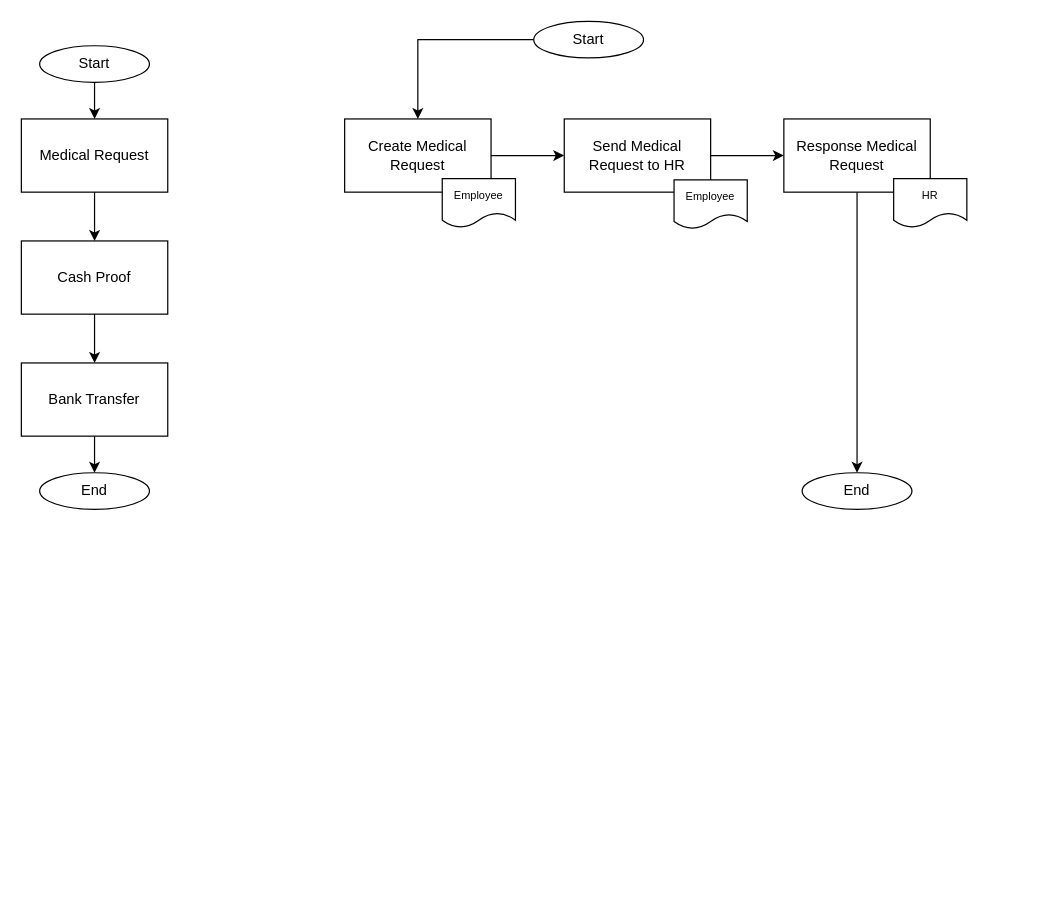
Earlier version of the draw.io diagram med-bank-tr.drawio (jezreelkosasih/diagram). Source tidied: cells renumbered, new cells numbered last; positions are measured from the earlier drawing's top-left corner, leaving out a move shared by most shapes. Both pictures are drawn from the tidied source at 122%, with x=0, y=0 at pixel (21, 21).
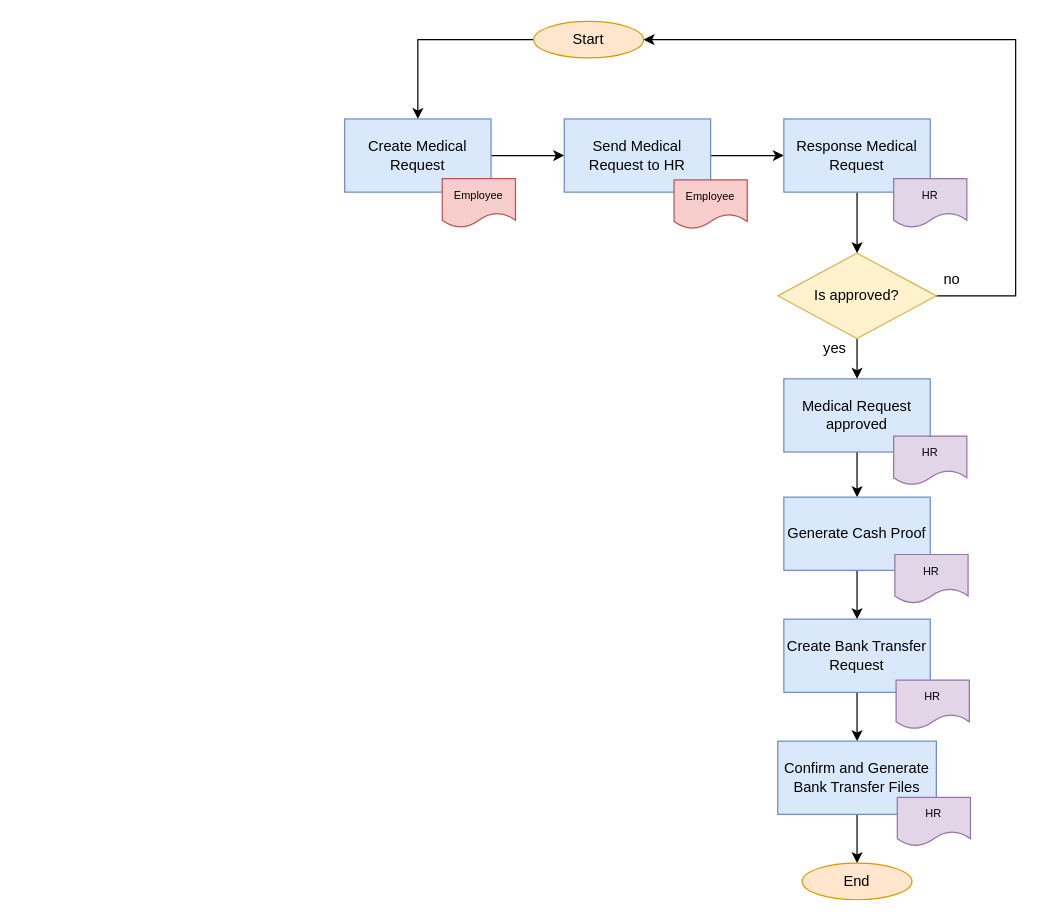
Above is the later version.

What changed in the source:
```diff
@@
-    <mxCell id="2" style="edgeStyle=orthogonalEdgeStyle;rounded=0;jettySize=auto;html=1;" parent="1" edge="1" source="3" target="5">
-      <mxGeometry relative="1" as="geometry" />
-    </mxCell>
-    <mxCell id="3" value="Start" style="ellipse;whiteSpace=wrap;html=1;" parent="1" vertex="1">
-      <mxGeometry x="15" y="20" width="90" height="30" as="geometry" />
-    </mxCell>
-    <mxCell id="4" style="edgeStyle=orthogonalEdgeStyle;rounded=0;jettySize=auto;html=1;" parent="1" edge="1" source="5" target="7">
-      <mxGeometry relative="1" as="geometry" />
-    </mxCell>
-    <mxCell id="5" value="Medical Request" style="rounded=0;whiteSpace=wrap;html=1;" parent="1" vertex="1">
-      <mxGeometry y="80" width="120" height="60" as="geometry" />
-    </mxCell>
-    <mxCell id="6" style="edgeStyle=orthogonalEdgeStyle;rounded=0;jettySize=auto;html=1;" parent="1" edge="1" source="7" target="9">
-      <mxGeometry relative="1" as="geometry" />
-    </mxCell>
-    <mxCell id="7" value="Cash Proof" style="rounded=0;whiteSpace=wrap;html=1;" parent="1" vertex="1">
-      <mxGeometry y="180" width="120" height="60" as="geometry" />
-    </mxCell>
-    <mxCell id="8" style="edgeStyle=orthogonalEdgeStyle;rounded=0;jettySize=auto;html=1;entryX=0.5;entryY=0;entryDx=0;entryDy=0;" parent="1" edge="1" source="9" target="10">
-      <mxGeometry relative="1" as="geometry" />
-    </mxCell>
-    <mxCell id="9" value="Bank Transfer" style="rounded=0;whiteSpace=wrap;html=1;" parent="1" vertex="1">
-      <mxGeometry y="280" width="120" height="60" as="geometry" />
-    </mxCell>
-    <mxCell id="10" value="End" style="ellipse;whiteSpace=wrap;html=1;" parent="1" vertex="1">
-      <mxGeometry x="15" y="370" width="90" height="30" as="geometry" />
-    </mxCell>
@@
-    <mxCell id="12" value="Start" style="ellipse;whiteSpace=wrap;html=1;" parent="1" vertex="1">
+    <mxCell id="12" value="Start" style="ellipse;whiteSpace=wrap;html=1;fillColor=#ffe6cc;strokeColor=#d79b00;" parent="1" vertex="1">
       <mxGeometry x="420" width="90" height="30" as="geometry" />
     </mxCell>
@@
-    <mxCell id="14" value="Create Medical Request" style="rounded=0;whiteSpace=wrap;html=1;" parent="1" vertex="1">
+    <mxCell id="14" value="Create Medical Request" style="rounded=0;whiteSpace=wrap;html=1;fillColor=#dae8fc;strokeColor=#6c8ebf;" parent="1" vertex="1">
       <mxGeometry x="265" y="80" width="120" height="60" as="geometry" />
     </mxCell>
@@
-    <mxCell id="16" value="Send Medical Request to HR" style="rounded=0;whiteSpace=wrap;html=1;" parent="1" vertex="1">
+    <mxCell id="16" value="Send Medical Request to HR" style="rounded=0;whiteSpace=wrap;html=1;fillColor=#dae8fc;strokeColor=#6c8ebf;" parent="1" vertex="1">
       <mxGeometry x="445" y="80" width="120" height="60" as="geometry" />
     </mxCell>
-    <mxCell id="17" style="edgeStyle=orthogonalEdgeStyle;rounded=0;jettySize=auto;html=1;entryX=0.5;entryY=0;entryDx=0;entryDy=0;" parent="1" edge="1" source="18" target="19">
-      <mxGeometry relative="1" as="geometry" />
-    </mxCell>
+    <mxCell id="23" style="edgeStyle=orthogonalEdgeStyle;rounded=0;jettySize=auto;html=1;fontSize=9;" parent="1" edge="1" source="18" target="26">
+      <mxGeometry relative="1" as="geometry" />
+    </mxCell>
-    <mxCell id="18" value="Response Medical Request" style="rounded=0;whiteSpace=wrap;html=1;" parent="1" vertex="1">
+    <mxCell id="18" value="Response Medical Request" style="rounded=0;whiteSpace=wrap;html=1;fillColor=#dae8fc;strokeColor=#6c8ebf;" parent="1" vertex="1">
       <mxGeometry x="625" y="80" width="120" height="60" as="geometry" />
     </mxCell>
-    <mxCell id="19" value="End" style="ellipse;whiteSpace=wrap;html=1;" parent="1" vertex="1">
-      <mxGeometry x="640" y="370" width="90" height="30" as="geometry" />
-    </mxCell>
-    <mxCell id="20" value="Employee" style="shape=document;whiteSpace=wrap;html=1;boundedLbl=1;fontSize=9;" parent="1" vertex="1">
+    <mxCell id="20" value="Employee" style="shape=document;whiteSpace=wrap;html=1;boundedLbl=1;fontSize=9;fillColor=#f8cecc;strokeColor=#b85450;" parent="1" vertex="1">
       <mxGeometry x="535" y="130" width="60" height="40" as="geometry" />
     </mxCell>
-    <mxCell id="21" value="Employee" style="shape=document;whiteSpace=wrap;html=1;boundedLbl=1;fontSize=9;" parent="1" vertex="1">
+    <mxCell id="21" value="Employee" style="shape=document;whiteSpace=wrap;html=1;boundedLbl=1;fontSize=9;fillColor=#f8cecc;strokeColor=#b85450;" parent="1" vertex="1">
       <mxGeometry x="345" y="129" width="60" height="40" as="geometry" />
     </mxCell>
-    <mxCell id="22" value="HR" style="shape=document;whiteSpace=wrap;html=1;boundedLbl=1;fontSize=9;" parent="1" vertex="1">
+    <mxCell id="22" value="HR" style="shape=document;whiteSpace=wrap;html=1;boundedLbl=1;fontSize=9;fillColor=#e1d5e7;strokeColor=#9673a6;" parent="1" vertex="1">
       <mxGeometry x="715" y="129" width="60" height="40" as="geometry" />
     </mxCell>
+    <mxCell id="24" style="edgeStyle=orthogonalEdgeStyle;rounded=0;jettySize=auto;html=1;fontSize=12;" parent="1" edge="1" source="26" target="28">
+      <mxGeometry relative="1" as="geometry" />
+    </mxCell>
+    <mxCell id="25" style="edgeStyle=orthogonalEdgeStyle;rounded=0;jettySize=auto;html=1;entryX=1;entryY=0.5;entryDx=0;entryDy=0;fontSize=12;" parent="1" edge="1" source="26" target="12">
+      <mxGeometry relative="1" as="geometry">
+        <Array as="points">
+          <mxPoint x="815" y="225" />
+          <mxPoint x="815" y="15" />
+        </Array>
+      </mxGeometry>
+    </mxCell>
+    <mxCell id="26" value="&lt;font style=&quot;font-size: 12px;&quot;&gt;Is approved?&lt;/font&gt;" style="rhombus;whiteSpace=wrap;html=1;rounded=0;fontSize=9;fillColor=#fff2cc;strokeColor=#d6b656;" parent="1" vertex="1">
+      <mxGeometry x="620" y="190" width="130" height="70" as="geometry" />
+    </mxCell>
+    <mxCell id="27" style="edgeStyle=orthogonalEdgeStyle;rounded=0;jettySize=auto;html=1;fontSize=12;" parent="1" edge="1" source="28" target="33">
+      <mxGeometry relative="1" as="geometry" />
+    </mxCell>
+    <mxCell id="28" value="Medical Request approved" style="whiteSpace=wrap;html=1;fontSize=12;rounded=0;fillColor=#dae8fc;strokeColor=#6c8ebf;" parent="1" vertex="1">
+      <mxGeometry x="625" y="293" width="120" height="60" as="geometry" />
+    </mxCell>
+    <mxCell id="29" value="yes" style="text;html=1;strokeColor=none;fillColor=none;align=center;verticalAlign=middle;whiteSpace=wrap;rounded=0;fontSize=12;" parent="1" vertex="1">
+      <mxGeometry x="637" y="253" width="60" height="30" as="geometry" />
+    </mxCell>
+    <mxCell id="30" value="no" style="text;html=1;strokeColor=none;fillColor=none;align=center;verticalAlign=middle;whiteSpace=wrap;rounded=0;fontSize=12;" parent="1" vertex="1">
+      <mxGeometry x="733" y="197" width="60" height="30" as="geometry" />
+    </mxCell>
+    <mxCell id="31" value="HR" style="shape=document;whiteSpace=wrap;html=1;boundedLbl=1;fontSize=9;fillColor=#e1d5e7;strokeColor=#9673a6;" parent="1" vertex="1">
+      <mxGeometry x="715" y="340" width="60" height="40" as="geometry" />
+    </mxCell>
+    <mxCell id="32" style="edgeStyle=orthogonalEdgeStyle;rounded=0;jettySize=auto;html=1;fontSize=12;" parent="1" edge="1" source="33" target="36">
+      <mxGeometry relative="1" as="geometry" />
+    </mxCell>
+    <mxCell id="33" value="Generate Cash Proof" style="whiteSpace=wrap;html=1;fontSize=12;rounded=0;fillColor=#dae8fc;strokeColor=#6c8ebf;" parent="1" vertex="1">
+      <mxGeometry x="625" y="390" width="120" height="60" as="geometry" />
+    </mxCell>
+    <mxCell id="34" value="HR" style="shape=document;whiteSpace=wrap;html=1;boundedLbl=1;fontSize=9;fillColor=#e1d5e7;strokeColor=#9673a6;" parent="1" vertex="1">
+      <mxGeometry x="716" y="437" width="60" height="40" as="geometry" />
+    </mxCell>
+    <mxCell id="35" style="edgeStyle=orthogonalEdgeStyle;rounded=0;jettySize=auto;html=1;fontSize=12;" parent="1" edge="1" source="36" target="38">
+      <mxGeometry relative="1" as="geometry" />
+    </mxCell>
+    <mxCell id="36" value="Create Bank Transfer Request" style="whiteSpace=wrap;html=1;fontSize=12;rounded=0;fillColor=#dae8fc;strokeColor=#6c8ebf;" parent="1" vertex="1">
+      <mxGeometry x="625" y="490" width="120" height="60" as="geometry" />
+    </mxCell>
+    <mxCell id="37" style="edgeStyle=orthogonalEdgeStyle;rounded=0;jettySize=auto;html=1;fontSize=12;" parent="1" edge="1" source="38" target="41">
+      <mxGeometry relative="1" as="geometry" />
+    </mxCell>
+    <mxCell id="38" value="Confirm and Generate Bank Transfer Files" style="whiteSpace=wrap;html=1;fontSize=12;rounded=0;fillColor=#dae8fc;strokeColor=#6c8ebf;" parent="1" vertex="1">
+      <mxGeometry x="620" y="590" width="130" height="60" as="geometry" />
+    </mxCell>
+    <mxCell id="39" value="HR" style="shape=document;whiteSpace=wrap;html=1;boundedLbl=1;fontSize=9;fillColor=#e1d5e7;strokeColor=#9673a6;" parent="1" vertex="1">
+      <mxGeometry x="717" y="540" width="60" height="40" as="geometry" />
+    </mxCell>
+    <mxCell id="40" value="HR" style="shape=document;whiteSpace=wrap;html=1;boundedLbl=1;fontSize=9;fillColor=#e1d5e7;strokeColor=#9673a6;" parent="1" vertex="1">
+      <mxGeometry x="718" y="636" width="60" height="40" as="geometry" />
+    </mxCell>
+    <mxCell id="41" value="End" style="ellipse;whiteSpace=wrap;html=1;fillColor=#ffe6cc;strokeColor=#d79b00;" parent="1" vertex="1">
+      <mxGeometry x="640" y="690" width="90" height="30" as="geometry" />
+    </mxCell>
```
